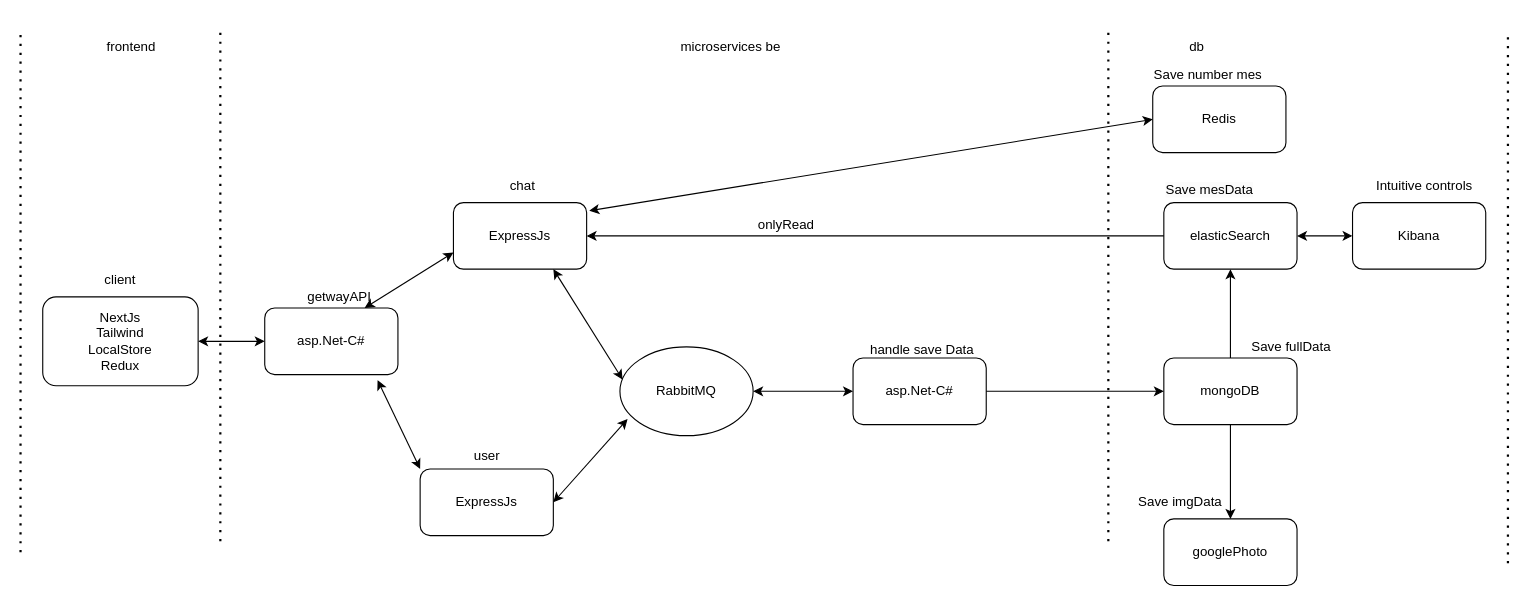
HuyNguyen3003/basicAppChat keeps this draw.io diagram as basicAppChat.drawio. Above is the earlier version. Source tidied: cells renumbered, new cells numbered last; positions are measured from the earlier drawing's top-left corner, leaving out a move shared by most shapes. Both pictures are drawn from the tidied source at 111%, with x=0, y=0 at pixel (20, 19).
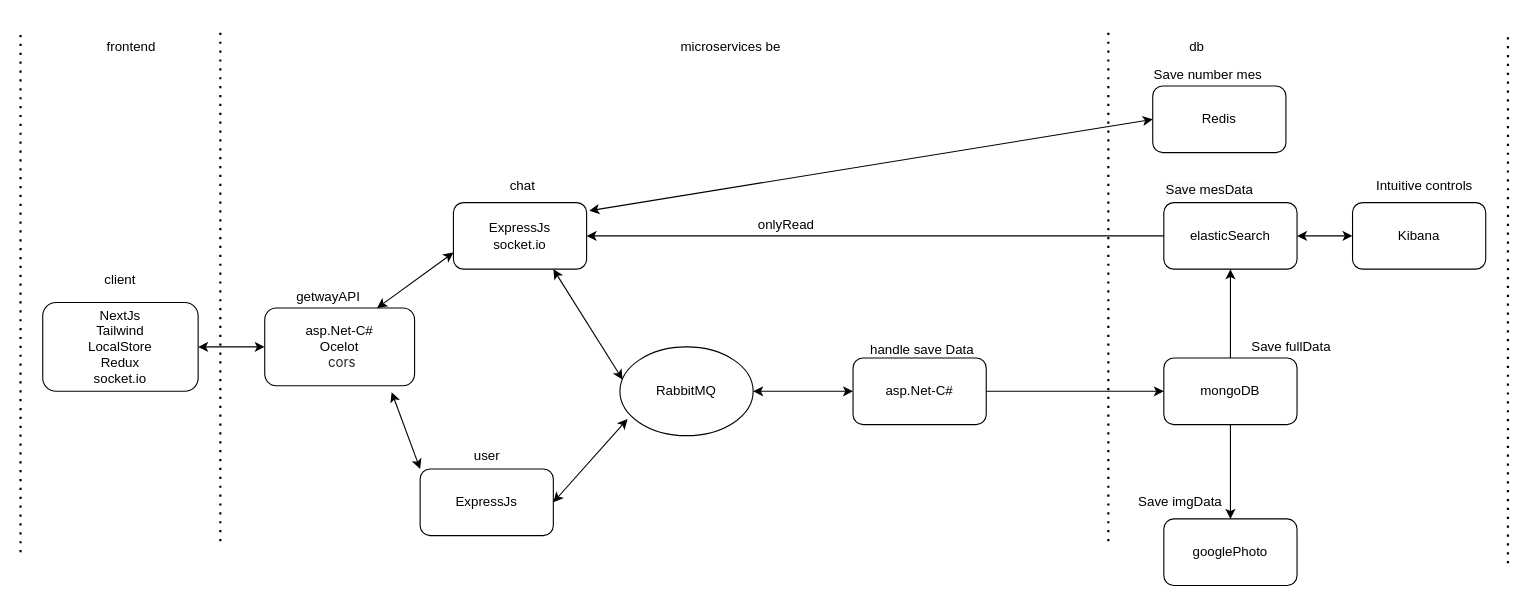
Above is the later version.

Diff of the diagram source:
```diff
@@
-    <mxCell id="2" value="NextJs&lt;br&gt;Tailwind&lt;br&gt;LocalStore&lt;br&gt;Redux" style="rounded=1;whiteSpace=wrap;html=1;" parent="1" vertex="1">
-      <mxGeometry x="20" y="250" width="140" height="80" as="geometry" />
+    <mxCell id="2" value="NextJs&lt;br&gt;Tailwind&lt;br&gt;LocalStore&lt;br&gt;Redux&lt;br&gt;socket.io&lt;br&gt;" style="rounded=1;whiteSpace=wrap;html=1;" parent="1" vertex="1">
+      <mxGeometry x="20" y="255" width="140" height="80" as="geometry" />
     </mxCell>
@@
-    <mxCell id="5" value="ExpressJs" style="rounded=1;whiteSpace=wrap;html=1;" parent="1" vertex="1">
+    <mxCell id="5" value="ExpressJs&lt;br&gt;socket.io&lt;br&gt;" style="rounded=1;whiteSpace=wrap;html=1;" parent="1" vertex="1">
       <mxGeometry x="390" y="165" width="120" height="60" as="geometry" />
     </mxCell>
@@
     <mxCell id="30" value="getwayAPI" style="text;html=1;strokeColor=none;fillColor=none;align=center;verticalAlign=middle;whiteSpace=wrap;rounded=0;" parent="1" vertex="1">
-      <mxGeometry x="230" y="240" width="115" height="20" as="geometry" />
+      <mxGeometry x="220" y="240" width="115" height="20" as="geometry" />
     </mxCell>
-    <mxCell id="31" value="asp.Net-C#" style="rounded=1;whiteSpace=wrap;html=1;" parent="1" vertex="1">
-      <mxGeometry x="220" y="260" width="120" height="60" as="geometry" />
+    <mxCell id="31" value="asp.Net-C#&lt;br&gt;Ocelot&lt;br&gt;&lt;div style=&quot;text-align: start;&quot;&gt;&lt;font style=&quot;font-size: 12px;&quot; face=&quot;-apple-system, BlinkMacSystemFont, Segoe UI, Noto Sans, Helvetica, Arial, sans-serif, Apple Color Emoji, Segoe UI Emoji&quot; color=&quot;#1f2328&quot;&gt;&lt;span style=&quot;background-color: rgb(255, 255, 255);&quot;&gt;&amp;nbsp; &amp;nbsp; &amp;nbsp; cors&lt;/span&gt;&lt;/font&gt;&lt;/div&gt;" style="rounded=1;whiteSpace=wrap;html=1;" parent="1" vertex="1">
+      <mxGeometry x="220" y="260" width="135" height="70" as="geometry" />
     </mxCell>
```
